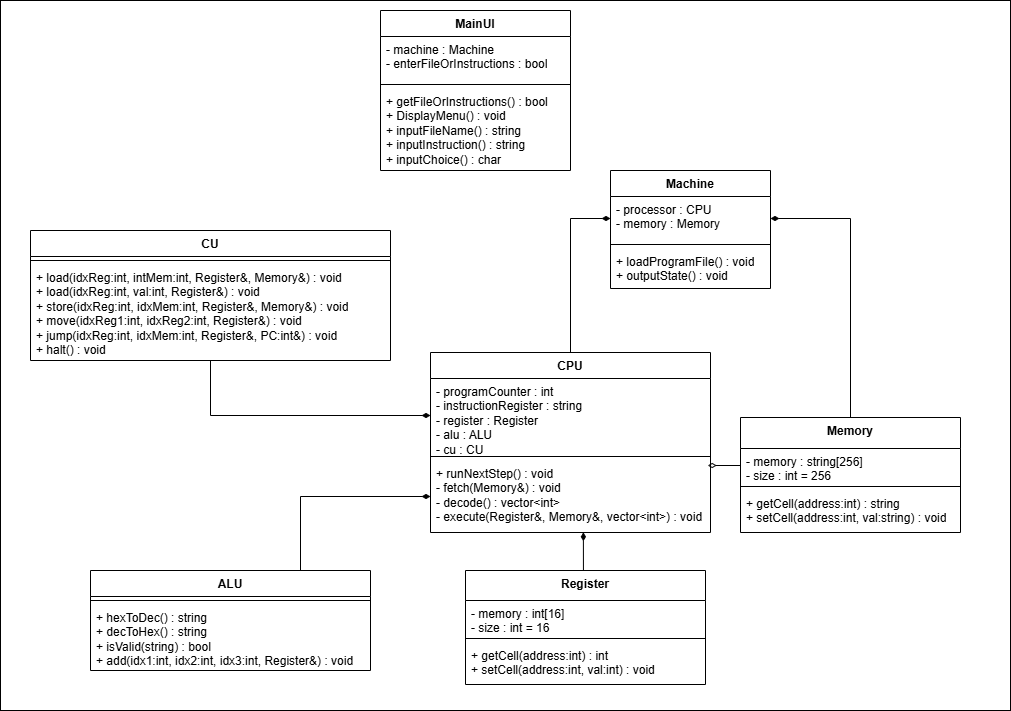
This is VoleMachineUMLClassDiagram.png from mohamedtarikz/VoleMachineSim, a draw.io export, as it was before one commit. Source tidied: cells renumbered, new cells last; positions are measured from the earlier drawing's top-left corner, leaving out a move shared by most shapes.
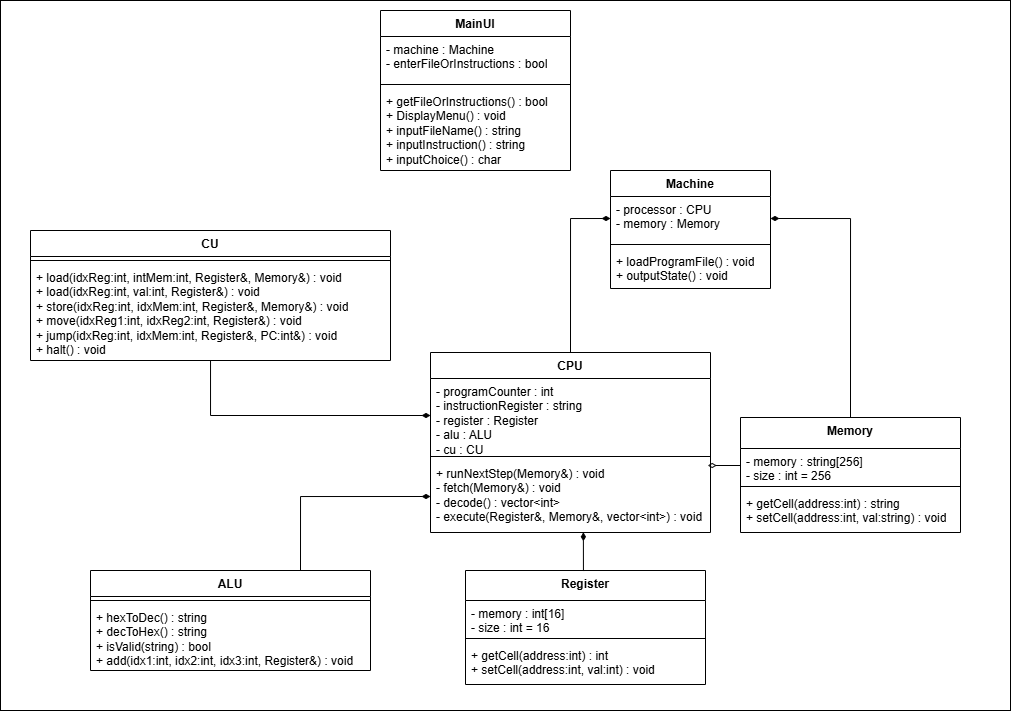
The same diagram one commit later.

Commit message:
UML Class Design - UPDATE

Change to the diagram source:
```diff
@@ -14,7 +14,7 @@
     <mxCell id="5" style="line;strokeWidth=1;fillColor=none;align=left;verticalAlign=middle;spacingTop=-1;spacingLeft=3;spacingRight=3;labelPosition=right;strokeColor=inherit;" parent="3" vertex="1">
       <mxGeometry y="100" width="280" height="8" as="geometry" />
     </mxCell>
-    <mxCell id="6" value="+ runNextStep() : void&lt;div&gt;- fetch(Memory&amp;amp;) : void&lt;/div&gt;&lt;div&gt;- decode() : vector&amp;lt;int&amp;gt;&lt;/div&gt;&lt;div&gt;- execute(Register&amp;amp;, Memory&amp;amp;, vector&amp;lt;int&amp;gt;) : void&lt;/div&gt;" style="text;strokeColor=none;fillColor=none;align=left;verticalAlign=top;spacingLeft=4;spacingRight=4;overflow=hidden;points=[[0,0.5],[1,0.5]];portConstraint=eastwest;whiteSpace=wrap;html=1;" parent="3" vertex="1">
+    <mxCell id="6" value="+ runNextStep(Memory&amp;amp;) : void&lt;div&gt;- fetch(Memory&amp;amp;) : void&lt;/div&gt;&lt;div&gt;- decode() : vector&amp;lt;int&amp;gt;&lt;/div&gt;&lt;div&gt;- execute(Register&amp;amp;, Memory&amp;amp;, vector&amp;lt;int&amp;gt;) : void&lt;/div&gt;" style="text;strokeColor=none;fillColor=none;align=left;verticalAlign=top;spacingLeft=4;spacingRight=4;overflow=hidden;points=[[0,0.5],[1,0.5]];portConstraint=eastwest;whiteSpace=wrap;html=1;" parent="3" vertex="1">
       <mxGeometry y="108" width="280" height="72" as="geometry" />
     </mxCell>
     <mxCell id="7" style="edgeStyle=orthogonalEdgeStyle;rounded=0;jettySize=auto;html=1;exitX=0.5;exitY=0;exitDx=0;exitDy=0;entryX=0;entryY=0.5;entryDx=0;entryDy=0;endArrow=diamondThin;endFill=1;" parent="1" edge="1" source="3" target="26">
```
